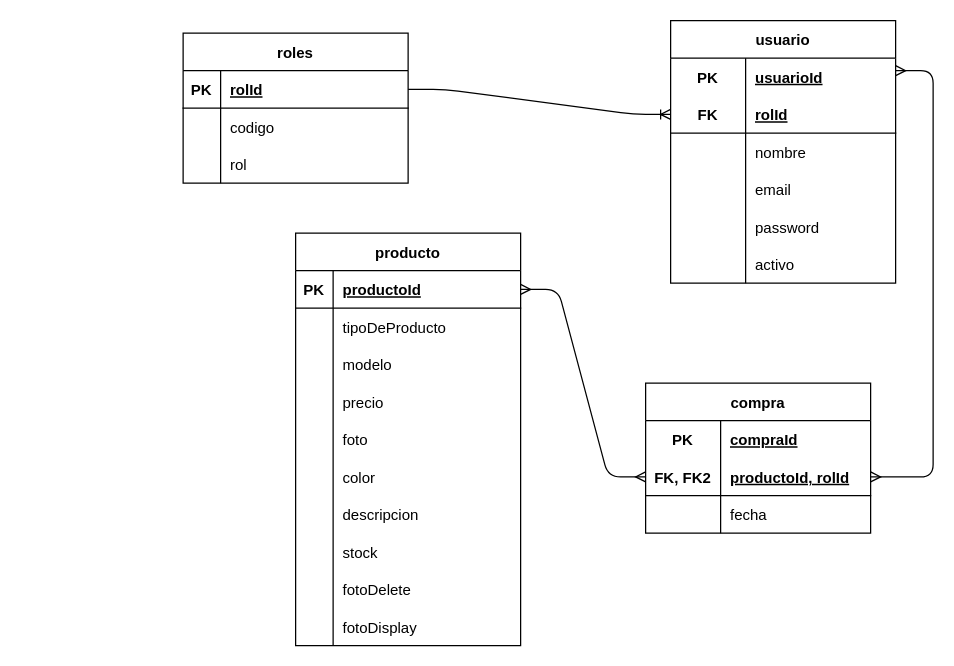
Above: src/app/partials/playtech.drawio in Juan1Suarez/playtech-fe (draw.io), before the change. Source tidied: cells renumbered, new cells numbered last; positions are measured from the earlier drawing's top-left corner, leaving out a move shared by most shapes. Both pictures are drawn from the tidied source at 125%, with x=0, y=0 at pixel (182, 20).
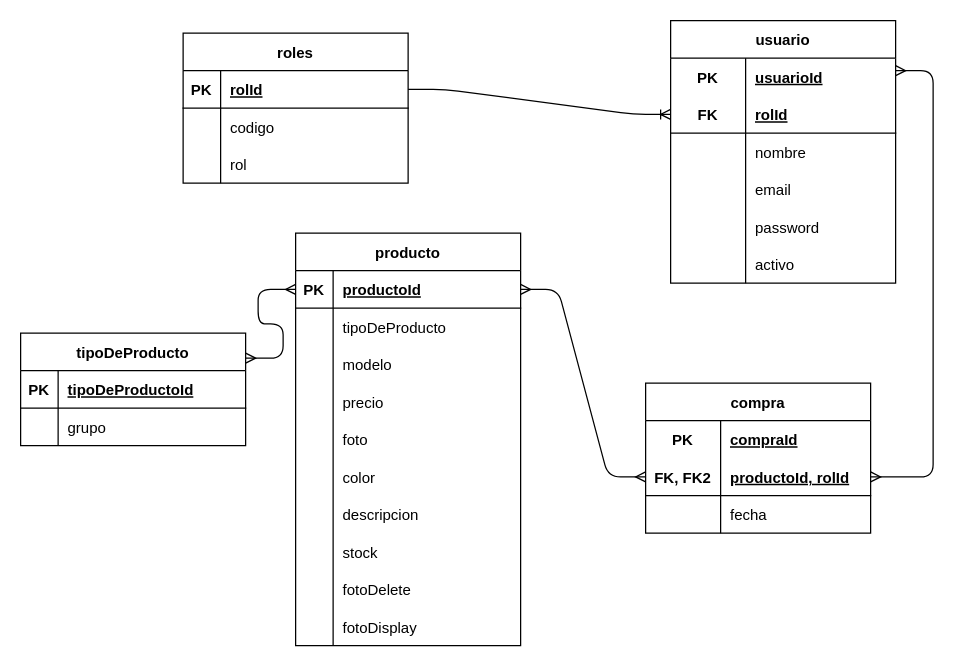
The same diagram, later.

The change refers to these unchanged cells:
```xml
<mxCell id="3" style="shape=tableRow;horizontal=0;startSize=0;swimlaneHead=0;swimlaneBody=0;fillColor=none;points=[[0,0.5],[1,0.5]];portConstraint=eastwest;top=0;left=0;right=0;bottom=1;" parent="2" vertex="1">
  <mxGeometry y="30" width="180" height="30" as="geometry" />
</mxCell>
```

The edit, as a diff of the source:
```diff
@@
+    <mxCell id="77" value="tipoDeProducto" style="shape=table;startSize=30;childLayout=tableLayout;rowLines=0;fontStyle=1;align=center;" parent="1" vertex="1">
+      <mxGeometry x="-130" y="250" width="180" height="90" as="geometry" />
+    </mxCell>
+    <mxCell id="78" style="shape=tableRow;horizontal=0;startSize=0;swimlaneHead=0;swimlaneBody=0;fillColor=none;top=0;left=0;right=0;bottom=1;" parent="77" vertex="1">
+      <mxGeometry y="30" width="180" height="30" as="geometry" />
+    </mxCell>
+    <mxCell id="79" value="PK" style="shape=partialRectangle;fillColor=none;top=0;left=0;bottom=0;right=0;fontStyle=1;overflow=hidden;" parent="78" vertex="1">
+      <mxGeometry width="30" height="30" as="geometry" />
+    </mxCell>
+    <mxCell id="80" value="tipoDeProductoId" style="shape=partialRectangle;fillColor=none;top=0;left=0;bottom=0;right=0;align=left;spacingLeft=6;fontStyle=5;overflow=hidden;" parent="78" vertex="1">
+      <mxGeometry x="30" width="150" height="30" as="geometry" />
+    </mxCell>
+    <mxCell id="81" style="shape=tableRow;horizontal=0;startSize=0;swimlaneHead=0;swimlaneBody=0;fillColor=none;top=0;left=0;right=0;bottom=0;" parent="77" vertex="1">
+      <mxGeometry y="60" width="180" height="30" as="geometry" />
+    </mxCell>
+    <mxCell id="82" style="shape=partialRectangle;fillColor=none;top=0;left=0;bottom=0;right=0;overflow=hidden;" parent="81" vertex="1">
+      <mxGeometry width="30" height="30" as="geometry" />
+    </mxCell>
+    <mxCell id="83" value="grupo" style="shape=partialRectangle;fillColor=none;top=0;left=0;bottom=0;right=0;align=left;spacingLeft=6;overflow=hidden;" parent="81" vertex="1">
+      <mxGeometry x="30" width="150" height="30" as="geometry" />
+    </mxCell>
+    <mxCell id="84" style="edgeStyle=entityRelationEdgeStyle;fontSize=12;html=1;endArrow=ERmany;startArrow=ERmany;entryX=0;entryY=0.5;entryDx=0;entryDy=0;" parent="1" edge="1" target="3">
+      <mxGeometry relative="1" as="geometry">
+        <mxPoint x="50" y="270" as="sourcePoint" />
+      </mxGeometry>
+    </mxCell>
```
